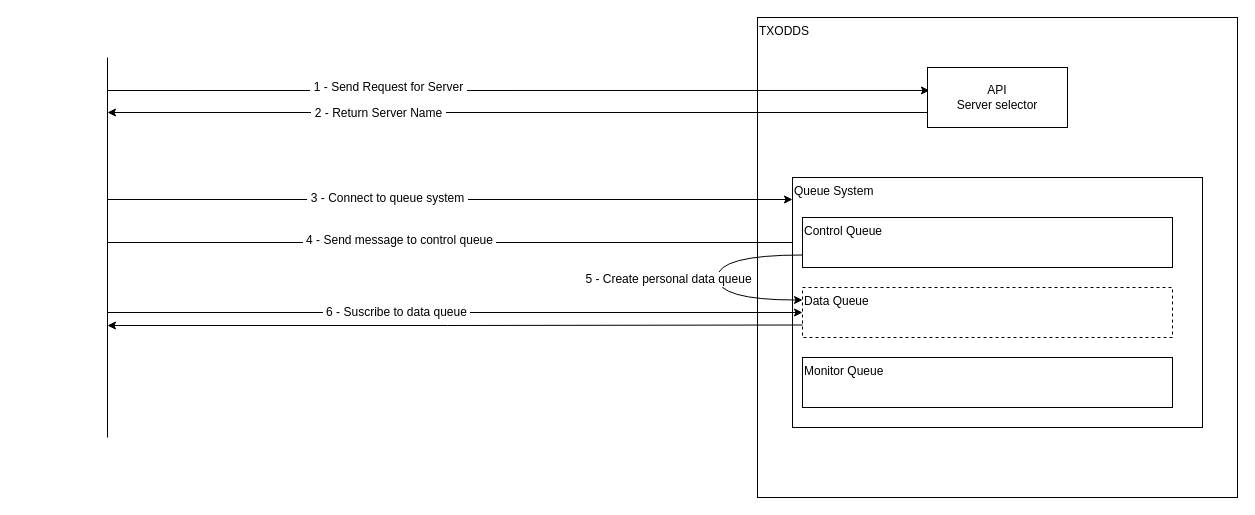
Above: draw.io/LaLiga/TXOdds_Secuencia.drawio in icuefue/draw.io (draw.io), before the change. Source tidied: cells renumbered, new cells numbered last; positions are measured from the earlier drawing's top-left corner, leaving out a move shared by most shapes. Both pictures are drawn from the tidied source at 100%, with x=0, y=0 at pixel (107, 17).
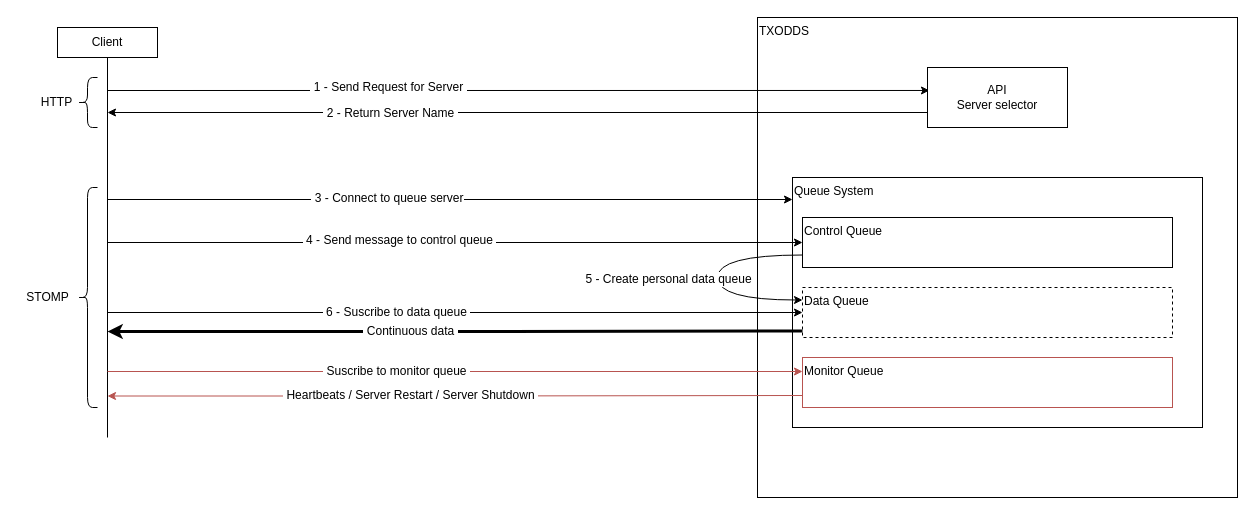
After the change.

Unchanged cells that the change refers to:
```xml
<mxCell id="3" style="rounded=0;jettySize=auto;html=1;exitX=0;exitY=0.75;exitDx=0;exitDy=0;" parent="1" edge="1" source="19">
  <mxGeometry relative="1" as="geometry">
    <mxPoint y="95" as="targetPoint" />
  </mxGeometry>
</mxCell>
<mxCell id="7" style="rounded=0;jettySize=auto;html=1;entryX=0;entryY=0.088;entryDx=0;entryDy=0;entryPerimeter=0;" parent="1" edge="1" target="13">
  <mxGeometry relative="1" as="geometry">
    <mxPoint y="182" as="sourcePoint" />
  </mxGeometry>
</mxCell>
<mxCell id="16" value="Control Queue" style="rounded=0;whiteSpace=wrap;html=1;align=left;verticalAlign=top;" parent="12" vertex="1">
  <mxGeometry x="10" y="40" width="370" height="50" as="geometry" />
</mxCell>
<mxCell id="17" value="Data Queue" style="rounded=0;whiteSpace=wrap;html=1;align=left;verticalAlign=top;dashed=1;" parent="12" vertex="1">
  <mxGeometry x="10" y="110" width="370" height="50" as="geometry" />
</mxCell>
```

Change to the diagram source:
```diff
@@
     <mxCell id="4" value="&amp;nbsp;2 - Return Server Name&amp;nbsp;" style="text;html=1;align=center;verticalAlign=middle;labelBackgroundColor=#ffffff;" parent="3" vertex="1">
       <mxGeometry x="0.03" y="-5" relative="1" as="geometry">
-        <mxPoint x="-128" y="5.4" as="offset" />
+        <mxPoint x="-116" y="5.4" as="offset" />
       </mxGeometry>
     </mxCell>
@@
-    <mxCell id="8" value="&amp;nbsp;3 - Connect to queue system&amp;nbsp;" style="text;html=1;align=center;verticalAlign=middle;labelBackgroundColor=#ffffff;" parent="7" vertex="1">
+    <mxCell id="8" value="&amp;nbsp;3 - Connect to queue server" style="text;html=1;align=center;verticalAlign=middle;labelBackgroundColor=#ffffff;" parent="7" vertex="1">
       <mxGeometry x="-0.18" y="6" relative="1" as="geometry">
         <mxPoint x="-2" y="4.8" as="offset" />
       </mxGeometry>
     </mxCell>
-    <mxCell id="9" style="rounded=0;jettySize=auto;html=1;entryX=0;entryY=0.5;entryDx=0;entryDy=0;" parent="1" edge="1" target="16">
-      <mxGeometry relative="1" as="geometry">
-        <mxPoint y="225" as="sourcePoint" />
-      </mxGeometry>
-    </mxCell>
-    <mxCell id="10" value="&amp;nbsp;4 - Send message to control queue&amp;nbsp;" style="text;html=1;align=center;verticalAlign=middle;labelBackgroundColor=#ffffff;" parent="9" vertex="1">
-      <mxGeometry y="-32" relative="1" as="geometry">
-        <mxPoint x="-56.6" y="-34.5" as="offset" />
-      </mxGeometry>
-    </mxCell>
@@
-    <mxCell id="12" style="group;" parent="1" vertex="1">
+    <mxCell id="12" style="group;fillColor=#f8cecc;strokeColor=#b85450;" parent="1" vertex="1">
       <mxGeometry x="685" y="160" width="410" height="250" as="geometry" />
     </mxCell>
@@
-    <mxCell id="18" value="Monitor Queue" style="rounded=0;whiteSpace=wrap;html=1;align=left;verticalAlign=top;" parent="12" vertex="1">
+    <mxCell id="18" value="Monitor Queue" style="rounded=0;whiteSpace=wrap;html=1;align=left;verticalAlign=top;fillColor=none;strokeColor=#b85450;" parent="12" vertex="1">
       <mxGeometry x="10" y="180" width="370" height="50" as="geometry" />
     </mxCell>
@@
-    <mxCell id="22" style="edgeStyle=none;rounded=0;jettySize=auto;html=1;exitX=0;exitY=0.75;exitDx=0;exitDy=0;" parent="1" edge="1" source="17">
+    <mxCell id="22" style="edgeStyle=none;rounded=0;orthogonalLoop=1;jettySize=auto;html=1;exitX=0;exitY=0.75;exitDx=0;exitDy=0;strokeWidth=3;" parent="1" edge="1">
       <mxGeometry relative="1" as="geometry">
-        <mxPoint y="308" as="targetPoint" />
+        <mxPoint x="695" y="313.5" as="sourcePoint" />
+        <mxPoint y="314" as="targetPoint" />
         <Array as="points">
-          <mxPoint x="340" y="308" />
+          <mxPoint x="340" y="314" />
         </Array>
       </mxGeometry>
     </mxCell>
+    <mxCell id="23" value="&amp;nbsp;Continuous data&amp;nbsp;" style="text;html=1;align=center;verticalAlign=middle;labelBackgroundColor=#ffffff;" parent="22" vertex="1">
+      <mxGeometry x="0.13" y="2" relative="1" as="geometry">
+        <mxPoint y="-3" as="offset" />
+      </mxGeometry>
+    </mxCell>
+    <mxCell id="24" style="rounded=0;orthogonalLoop=1;jettySize=auto;html=1;entryX=0;entryY=0.5;entryDx=0;entryDy=0;fillColor=#f8cecc;strokeColor=#b85450;" parent="1" edge="1">
+      <mxGeometry relative="1" as="geometry">
+        <mxPoint y="354" as="sourcePoint" />
+        <mxPoint x="695" y="354" as="targetPoint" />
+      </mxGeometry>
+    </mxCell>
+    <mxCell id="25" value="&amp;nbsp;Suscribe to monitor queue&amp;nbsp;" style="text;html=1;align=center;verticalAlign=middle;labelBackgroundColor=#ffffff;" parent="24" vertex="1">
+      <mxGeometry x="0.02" y="-4" relative="1" as="geometry">
+        <mxPoint x="-66" y="-5" as="offset" />
+      </mxGeometry>
+    </mxCell>
+    <mxCell id="26" style="edgeStyle=none;rounded=0;orthogonalLoop=1;jettySize=auto;html=1;exitX=0;exitY=0.75;exitDx=0;exitDy=0;fillColor=#f8cecc;strokeColor=#b85450;" parent="1" edge="1">
+      <mxGeometry relative="1" as="geometry">
+        <mxPoint x="695" y="378" as="sourcePoint" />
+        <mxPoint y="378.5" as="targetPoint" />
+        <Array as="points">
+          <mxPoint x="340" y="378.5" />
+        </Array>
+      </mxGeometry>
+    </mxCell>
+    <mxCell id="27" value="&amp;nbsp;Heartbeats / Server Restart / Server Shutdown&amp;nbsp;" style="text;html=1;align=center;verticalAlign=middle;labelBackgroundColor=#ffffff;" parent="26" vertex="1">
+      <mxGeometry x="0.13" y="2" relative="1" as="geometry">
+        <mxPoint y="-3" as="offset" />
+      </mxGeometry>
+    </mxCell>
+    <mxCell id="28" value="Client" style="rounded=0;whiteSpace=wrap;html=1;fillColor=none;align=center;" parent="1" vertex="1">
+      <mxGeometry x="-50" y="10" width="100" height="30" as="geometry" />
+    </mxCell>
+    <mxCell id="9" style="rounded=0;jettySize=auto;html=1;entryX=0;entryY=0.5;entryDx=0;entryDy=0;" parent="1" edge="1" target="16">
+      <mxGeometry relative="1" as="geometry">
+        <mxPoint y="225" as="sourcePoint" />
+      </mxGeometry>
+    </mxCell>
+    <mxCell id="10" value="&amp;nbsp;4 - Send message to control queue&amp;nbsp;" style="text;html=1;align=center;verticalAlign=middle;labelBackgroundColor=#ffffff;" parent="9" vertex="1">
+      <mxGeometry y="-32" relative="1" as="geometry">
+        <mxPoint x="-56.6" y="-34.5" as="offset" />
+      </mxGeometry>
+    </mxCell>
+    <mxCell id="29" style="shape=curlyBracket;whiteSpace=wrap;html=1;rounded=1;fillColor=none;align=center;" parent="1" vertex="1">
+      <mxGeometry x="-30" y="60" width="20" height="50" as="geometry" />
+    </mxCell>
+    <mxCell id="30" value="HTTP" style="text;html=1;align=center;verticalAlign=middle;" parent="1" vertex="1">
+      <mxGeometry x="-76" y="75" width="50" height="20" as="geometry" />
+    </mxCell>
+    <mxCell id="31" style="shape=curlyBracket;whiteSpace=wrap;html=1;rounded=1;fillColor=none;align=center;" parent="1" vertex="1">
+      <mxGeometry x="-30" y="170" width="20" height="220" as="geometry" />
+    </mxCell>
+    <mxCell id="32" value="STOMP" style="text;html=1;align=center;verticalAlign=middle;" parent="1" vertex="1">
+      <mxGeometry x="-90" y="270" width="60" height="20" as="geometry" />
+    </mxCell>
```
